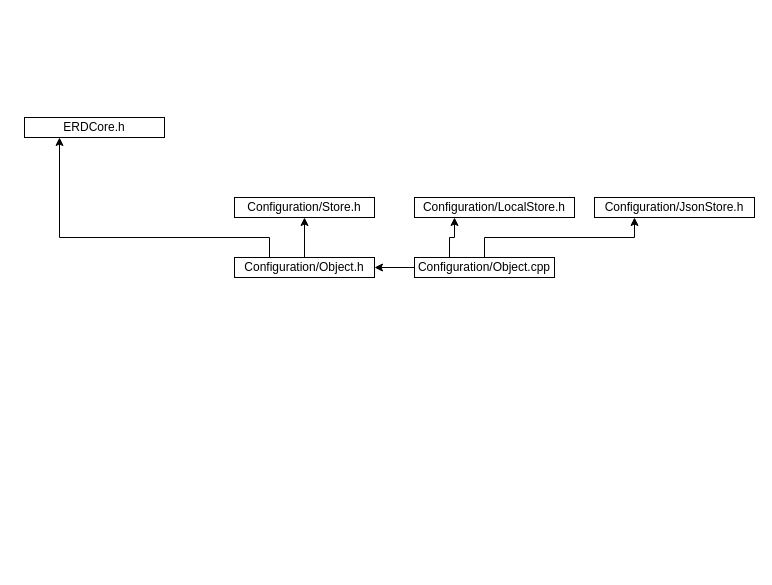
Above: ERD Зависимости.drawio in OMRKiruha/Diagramms (draw.io), before the change. Source tidied: cells renumbered, new cells numbered last; positions are measured from the earlier drawing's top-left corner, leaving out a move shared by most shapes. Both pictures are drawn from the tidied source at 100%, with x=0, y=0 at pixel (24, 117).
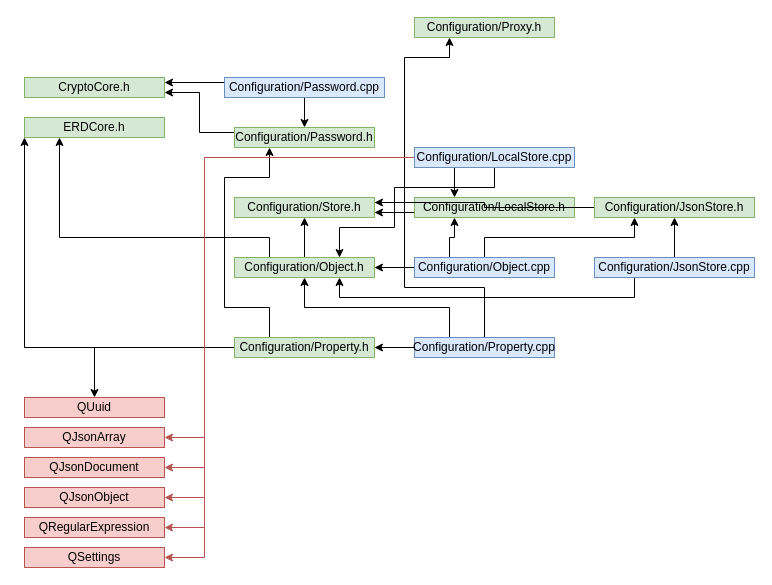
Above is the later version.

Change to the diagram source:
```diff
@@
-    <mxCell id="2" value="ERDCore.h" style="rounded=0;whiteSpace=wrap;html=1;" parent="1" vertex="1">
+    <mxCell id="2" value="ERDCore.h" style="rounded=0;whiteSpace=wrap;html=1;fillColor=#d5e8d4;strokeColor=#82b366;" parent="1" vertex="1">
       <mxGeometry width="140" height="20" as="geometry" />
     </mxCell>
-    <mxCell id="3" value="Configuration/Store.h" style="rounded=0;whiteSpace=wrap;html=1;" parent="1" vertex="1">
+    <mxCell id="3" value="Configuration/Store.h" style="rounded=0;whiteSpace=wrap;html=1;fillColor=#d5e8d4;strokeColor=#82b366;" parent="1" vertex="1">
       <mxGeometry x="210" y="80" width="140" height="20" as="geometry" />
     </mxCell>
@@
-    <mxCell id="6" value="Configuration/Object.h" style="rounded=0;whiteSpace=wrap;html=1;" parent="1" vertex="1">
+    <mxCell id="6" value="Configuration/Object.h" style="rounded=0;whiteSpace=wrap;html=1;fillColor=#d5e8d4;strokeColor=#82b366;" parent="1" vertex="1">
       <mxGeometry x="210" y="140" width="140" height="20" as="geometry" />
     </mxCell>
@@
-    <mxCell id="10" value="Configuration/Object.cpp" style="rounded=0;whiteSpace=wrap;html=1;" parent="1" vertex="1">
+    <mxCell id="10" value="Configuration/Object.cpp" style="rounded=0;whiteSpace=wrap;html=1;fillColor=#dae8fc;strokeColor=#6c8ebf;" parent="1" vertex="1">
       <mxGeometry x="390" y="140" width="140" height="20" as="geometry" />
     </mxCell>
+    <mxCell id="13" style="edgeStyle=orthogonalEdgeStyle;rounded=0;jettySize=auto;html=1;exitX=0;exitY=0.75;exitDx=0;exitDy=0;entryX=1;entryY=0.75;entryDx=0;entryDy=0;" parent="1" edge="1" source="11" target="3">
+      <mxGeometry relative="1" as="geometry" />
+    </mxCell>
-    <mxCell id="11" value="Configuration/LocalStore.h" style="rounded=0;whiteSpace=wrap;html=1;" parent="1" vertex="1">
+    <mxCell id="11" value="Configuration/LocalStore.h" style="rounded=0;whiteSpace=wrap;html=1;fillColor=#d5e8d4;strokeColor=#82b366;" parent="1" vertex="1">
       <mxGeometry x="390" y="80" width="160" height="20" as="geometry" />
     </mxCell>
+    <mxCell id="14" style="edgeStyle=orthogonalEdgeStyle;rounded=0;jettySize=auto;html=1;exitX=0;exitY=0.5;exitDx=0;exitDy=0;entryX=1;entryY=0.25;entryDx=0;entryDy=0;" parent="1" edge="1" source="12" target="3">
+      <mxGeometry relative="1" as="geometry" />
+    </mxCell>
-    <mxCell id="12" value="Configuration/JsonStore.h" style="rounded=0;whiteSpace=wrap;html=1;" parent="1" vertex="1">
+    <mxCell id="12" value="Configuration/JsonStore.h" style="rounded=0;whiteSpace=wrap;html=1;fillColor=#d5e8d4;strokeColor=#82b366;" parent="1" vertex="1">
       <mxGeometry x="570" y="80" width="160" height="20" as="geometry" />
     </mxCell>
+    <mxCell id="15" style="edgeStyle=orthogonalEdgeStyle;rounded=0;jettySize=auto;html=1;exitX=0;exitY=0.5;exitDx=0;exitDy=0;entryX=0.5;entryY=0;entryDx=0;entryDy=0;" parent="1" edge="1" source="18" target="23">
+      <mxGeometry relative="1" as="geometry" />
+    </mxCell>
+    <mxCell id="16" style="edgeStyle=orthogonalEdgeStyle;rounded=0;jettySize=auto;html=1;exitX=0;exitY=0.5;exitDx=0;exitDy=0;entryX=0;entryY=1;entryDx=0;entryDy=0;" parent="1" edge="1" source="18" target="2">
+      <mxGeometry relative="1" as="geometry">
+        <Array as="points">
+          <mxPoint y="230" />
+        </Array>
+      </mxGeometry>
+    </mxCell>
+    <mxCell id="17" style="edgeStyle=orthogonalEdgeStyle;rounded=0;jettySize=auto;html=1;exitX=0.25;exitY=0;exitDx=0;exitDy=0;entryX=0.25;entryY=1;entryDx=0;entryDy=0;" parent="1" edge="1" source="18" target="25">
+      <mxGeometry relative="1" as="geometry">
+        <Array as="points">
+          <mxPoint x="245" y="190" />
+          <mxPoint x="200" y="190" />
+          <mxPoint x="200" y="60" />
+          <mxPoint x="245" y="60" />
+        </Array>
+      </mxGeometry>
+    </mxCell>
+    <mxCell id="18" value="Configuration/Property.h" style="rounded=0;whiteSpace=wrap;html=1;fillColor=#d5e8d4;strokeColor=#82b366;" parent="1" vertex="1">
+      <mxGeometry x="210" y="220" width="140" height="20" as="geometry" />
+    </mxCell>
+    <mxCell id="19" style="edgeStyle=orthogonalEdgeStyle;rounded=0;jettySize=auto;html=1;exitX=0.25;exitY=0;exitDx=0;exitDy=0;entryX=0.5;entryY=1;entryDx=0;entryDy=0;" parent="1" edge="1" source="22" target="6">
+      <mxGeometry relative="1" as="geometry" />
+    </mxCell>
+    <mxCell id="20" style="edgeStyle=orthogonalEdgeStyle;rounded=0;jettySize=auto;html=1;exitX=0;exitY=0.5;exitDx=0;exitDy=0;entryX=1;entryY=0.5;entryDx=0;entryDy=0;" parent="1" edge="1" source="22" target="18">
+      <mxGeometry relative="1" as="geometry" />
+    </mxCell>
+    <mxCell id="21" style="edgeStyle=orthogonalEdgeStyle;rounded=0;jettySize=auto;html=1;exitX=0.5;exitY=0;exitDx=0;exitDy=0;entryX=0.25;entryY=1;entryDx=0;entryDy=0;" parent="1" edge="1" source="22" target="26">
+      <mxGeometry relative="1" as="geometry">
+        <Array as="points">
+          <mxPoint x="460" y="170" />
+          <mxPoint x="380" y="170" />
+          <mxPoint x="380" y="-60" />
+          <mxPoint x="425" y="-60" />
+        </Array>
+      </mxGeometry>
+    </mxCell>
+    <mxCell id="22" value="Configuration/Property.cpp" style="rounded=0;whiteSpace=wrap;html=1;fillColor=#dae8fc;strokeColor=#6c8ebf;" parent="1" vertex="1">
+      <mxGeometry x="390" y="220" width="140" height="20" as="geometry" />
+    </mxCell>
+    <mxCell id="23" value="QUuid" style="rounded=0;whiteSpace=wrap;html=1;fillColor=#f8cecc;strokeColor=#b85450;" parent="1" vertex="1">
+      <mxGeometry y="280" width="140" height="20" as="geometry" />
+    </mxCell>
+    <mxCell id="24" style="edgeStyle=orthogonalEdgeStyle;rounded=0;jettySize=auto;html=1;exitX=0;exitY=0.25;exitDx=0;exitDy=0;entryX=1;entryY=0.75;entryDx=0;entryDy=0;" parent="1" edge="1" source="25" target="27">
+      <mxGeometry relative="1" as="geometry" />
+    </mxCell>
+    <mxCell id="25" value="Configuration/Password.h" style="rounded=0;whiteSpace=wrap;html=1;fillColor=#d5e8d4;strokeColor=#82b366;" parent="1" vertex="1">
+      <mxGeometry x="210" y="10" width="140" height="20" as="geometry" />
+    </mxCell>
+    <mxCell id="26" value="Configuration/Proxy.h" style="rounded=0;whiteSpace=wrap;html=1;fillColor=#d5e8d4;strokeColor=#82b366;" parent="1" vertex="1">
+      <mxGeometry x="390" y="-100" width="140" height="20" as="geometry" />
+    </mxCell>
+    <mxCell id="27" value="CryptoCore.h" style="rounded=0;whiteSpace=wrap;html=1;fillColor=#d5e8d4;strokeColor=#82b366;" parent="1" vertex="1">
+      <mxGeometry y="-40" width="140" height="20" as="geometry" />
+    </mxCell>
+    <mxCell id="28" style="edgeStyle=orthogonalEdgeStyle;rounded=0;jettySize=auto;html=1;exitX=0.5;exitY=1;exitDx=0;exitDy=0;entryX=0.5;entryY=0;entryDx=0;entryDy=0;" parent="1" edge="1" source="30" target="25">
+      <mxGeometry relative="1" as="geometry" />
+    </mxCell>
+    <mxCell id="29" style="edgeStyle=orthogonalEdgeStyle;rounded=0;jettySize=auto;html=1;exitX=0;exitY=0.25;exitDx=0;exitDy=0;entryX=1;entryY=0.25;entryDx=0;entryDy=0;" parent="1" edge="1" source="30" target="27">
+      <mxGeometry relative="1" as="geometry" />
+    </mxCell>
+    <mxCell id="30" value="Configuration/Password.cpp" style="rounded=0;whiteSpace=wrap;html=1;fillColor=#dae8fc;strokeColor=#6c8ebf;" parent="1" vertex="1">
+      <mxGeometry x="200" y="-40" width="160" height="20" as="geometry" />
+    </mxCell>
+    <mxCell id="31" style="edgeStyle=orthogonalEdgeStyle;jettySize=auto;html=1;exitX=0;exitY=0.5;exitDx=0;exitDy=0;entryX=1;entryY=0.5;entryDx=0;entryDy=0;rounded=0;fillColor=#f8cecc;strokeColor=#b85450;" parent="1" edge="1" source="38" target="39">
+      <mxGeometry relative="1" as="geometry">
+        <Array as="points">
+          <mxPoint x="180" y="40" />
+          <mxPoint x="180" y="320" />
+        </Array>
+      </mxGeometry>
+    </mxCell>
+    <mxCell id="32" style="edgeStyle=orthogonalEdgeStyle;rounded=0;jettySize=auto;html=1;exitX=0;exitY=0.5;exitDx=0;exitDy=0;entryX=1;entryY=0.5;entryDx=0;entryDy=0;fillColor=#f8cecc;strokeColor=#b85450;" parent="1" edge="1" source="38" target="40">
+      <mxGeometry relative="1" as="geometry">
+        <Array as="points">
+          <mxPoint x="180" y="40" />
+          <mxPoint x="180" y="350" />
+        </Array>
+      </mxGeometry>
+    </mxCell>
+    <mxCell id="33" style="edgeStyle=orthogonalEdgeStyle;rounded=0;jettySize=auto;html=1;exitX=0;exitY=0.5;exitDx=0;exitDy=0;entryX=1;entryY=0.5;entryDx=0;entryDy=0;fillColor=#f8cecc;strokeColor=#b85450;" parent="1" edge="1" source="38" target="41">
+      <mxGeometry relative="1" as="geometry">
+        <Array as="points">
+          <mxPoint x="180" y="40" />
+          <mxPoint x="180" y="380" />
+        </Array>
+      </mxGeometry>
+    </mxCell>
+    <mxCell id="34" style="edgeStyle=orthogonalEdgeStyle;rounded=0;jettySize=auto;html=1;exitX=0.25;exitY=1;exitDx=0;exitDy=0;entryX=0.25;entryY=0;entryDx=0;entryDy=0;" parent="1" edge="1" source="38" target="11">
+      <mxGeometry relative="1" as="geometry" />
+    </mxCell>
+    <mxCell id="35" style="edgeStyle=orthogonalEdgeStyle;rounded=0;jettySize=auto;html=1;exitX=0.5;exitY=1;exitDx=0;exitDy=0;entryX=0.75;entryY=0;entryDx=0;entryDy=0;" parent="1" edge="1" source="38" target="6">
+      <mxGeometry relative="1" as="geometry">
+        <Array as="points">
+          <mxPoint x="470" y="70" />
+          <mxPoint x="370" y="70" />
+          <mxPoint x="370" y="110" />
+          <mxPoint x="315" y="110" />
+        </Array>
+      </mxGeometry>
+    </mxCell>
+    <mxCell id="36" style="edgeStyle=orthogonalEdgeStyle;rounded=0;jettySize=auto;html=1;exitX=0;exitY=0.5;exitDx=0;exitDy=0;entryX=1;entryY=0.5;entryDx=0;entryDy=0;fillColor=#f8cecc;strokeColor=#b85450;" parent="1" edge="1" source="38" target="42">
+      <mxGeometry relative="1" as="geometry">
+        <Array as="points">
+          <mxPoint x="180" y="40" />
+          <mxPoint x="180" y="410" />
+        </Array>
+      </mxGeometry>
+    </mxCell>
+    <mxCell id="37" style="edgeStyle=orthogonalEdgeStyle;rounded=0;jettySize=auto;html=1;exitX=0;exitY=0.5;exitDx=0;exitDy=0;entryX=1;entryY=0.5;entryDx=0;entryDy=0;fillColor=#f8cecc;strokeColor=#b85450;" parent="1" edge="1" source="38" target="43">
+      <mxGeometry relative="1" as="geometry">
+        <Array as="points">
+          <mxPoint x="180" y="40" />
+          <mxPoint x="180" y="440" />
+        </Array>
+      </mxGeometry>
+    </mxCell>
+    <mxCell id="38" value="Configuration/LocalStore.cpp" style="rounded=0;whiteSpace=wrap;html=1;fillColor=#dae8fc;strokeColor=#6c8ebf;" parent="1" vertex="1">
+      <mxGeometry x="390" y="30" width="160" height="20" as="geometry" />
+    </mxCell>
+    <mxCell id="39" value="QJsonArray" style="rounded=0;whiteSpace=wrap;html=1;fillColor=#f8cecc;strokeColor=#b85450;" parent="1" vertex="1">
+      <mxGeometry y="310" width="140" height="20" as="geometry" />
+    </mxCell>
+    <mxCell id="40" value="QJsonDocument" style="rounded=0;whiteSpace=wrap;html=1;fillColor=#f8cecc;strokeColor=#b85450;" parent="1" vertex="1">
+      <mxGeometry y="340" width="140" height="20" as="geometry" />
+    </mxCell>
+    <mxCell id="41" value="QJsonObject" style="rounded=0;whiteSpace=wrap;html=1;fillColor=#f8cecc;strokeColor=#b85450;" parent="1" vertex="1">
+      <mxGeometry y="370" width="140" height="20" as="geometry" />
+    </mxCell>
+    <mxCell id="42" value="QRegularExpression" style="rounded=0;whiteSpace=wrap;html=1;fillColor=#f8cecc;strokeColor=#b85450;" parent="1" vertex="1">
+      <mxGeometry y="400" width="140" height="20" as="geometry" />
+    </mxCell>
+    <mxCell id="43" value="QSettings" style="rounded=0;whiteSpace=wrap;html=1;fillColor=#f8cecc;strokeColor=#b85450;" parent="1" vertex="1">
+      <mxGeometry y="430" width="140" height="20" as="geometry" />
+    </mxCell>
+    <mxCell id="44" style="edgeStyle=orthogonalEdgeStyle;rounded=0;jettySize=auto;html=1;exitX=0.5;exitY=0;exitDx=0;exitDy=0;entryX=0.5;entryY=1;entryDx=0;entryDy=0;" parent="1" edge="1" source="46" target="12">
+      <mxGeometry relative="1" as="geometry" />
+    </mxCell>
+    <mxCell id="45" style="edgeStyle=orthogonalEdgeStyle;rounded=0;jettySize=auto;html=1;exitX=0.25;exitY=1;exitDx=0;exitDy=0;entryX=0.75;entryY=1;entryDx=0;entryDy=0;" parent="1" edge="1" source="46" target="6">
+      <mxGeometry relative="1" as="geometry">
+        <Array as="points">
+          <mxPoint x="610" y="180" />
+          <mxPoint x="315" y="180" />
+        </Array>
+      </mxGeometry>
+    </mxCell>
+    <mxCell id="46" value="Configuration/JsonStore.cpp" style="rounded=0;whiteSpace=wrap;html=1;fillColor=#dae8fc;strokeColor=#6c8ebf;" parent="1" vertex="1">
+      <mxGeometry x="570" y="140" width="160" height="20" as="geometry" />
+    </mxCell>
```
